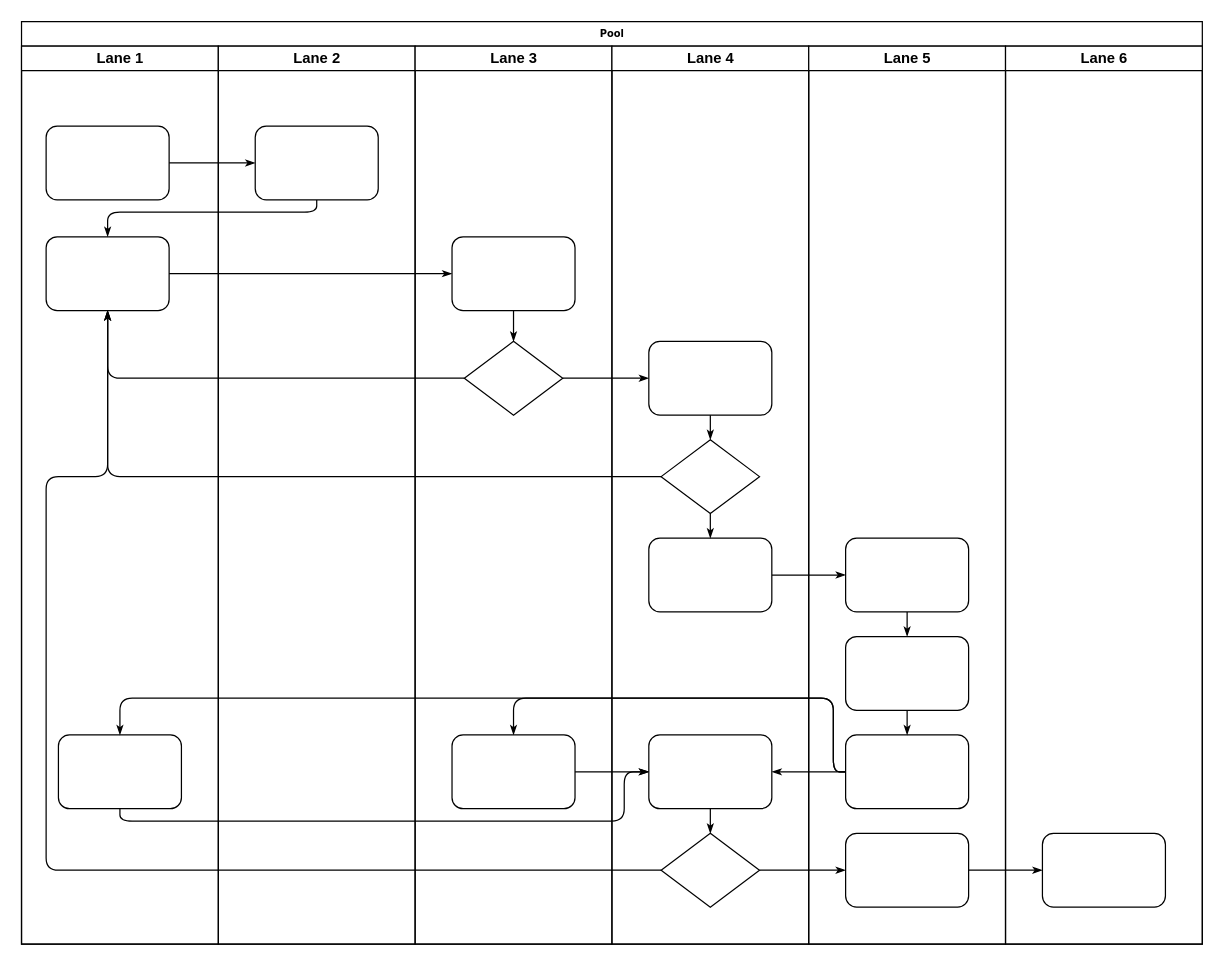
This is data/蜂鸣器流程图.drawio from chenyanxi/hosts, a draw.io file, before an edit. Source tidied: cells renumbered, new cells numbered last; positions are measured from the earlier drawing's top-left corner, leaving out a move shared by most shapes. Both pictures are drawn from the tidied source at 123%, with x=0, y=0 at pixel (21, 21).
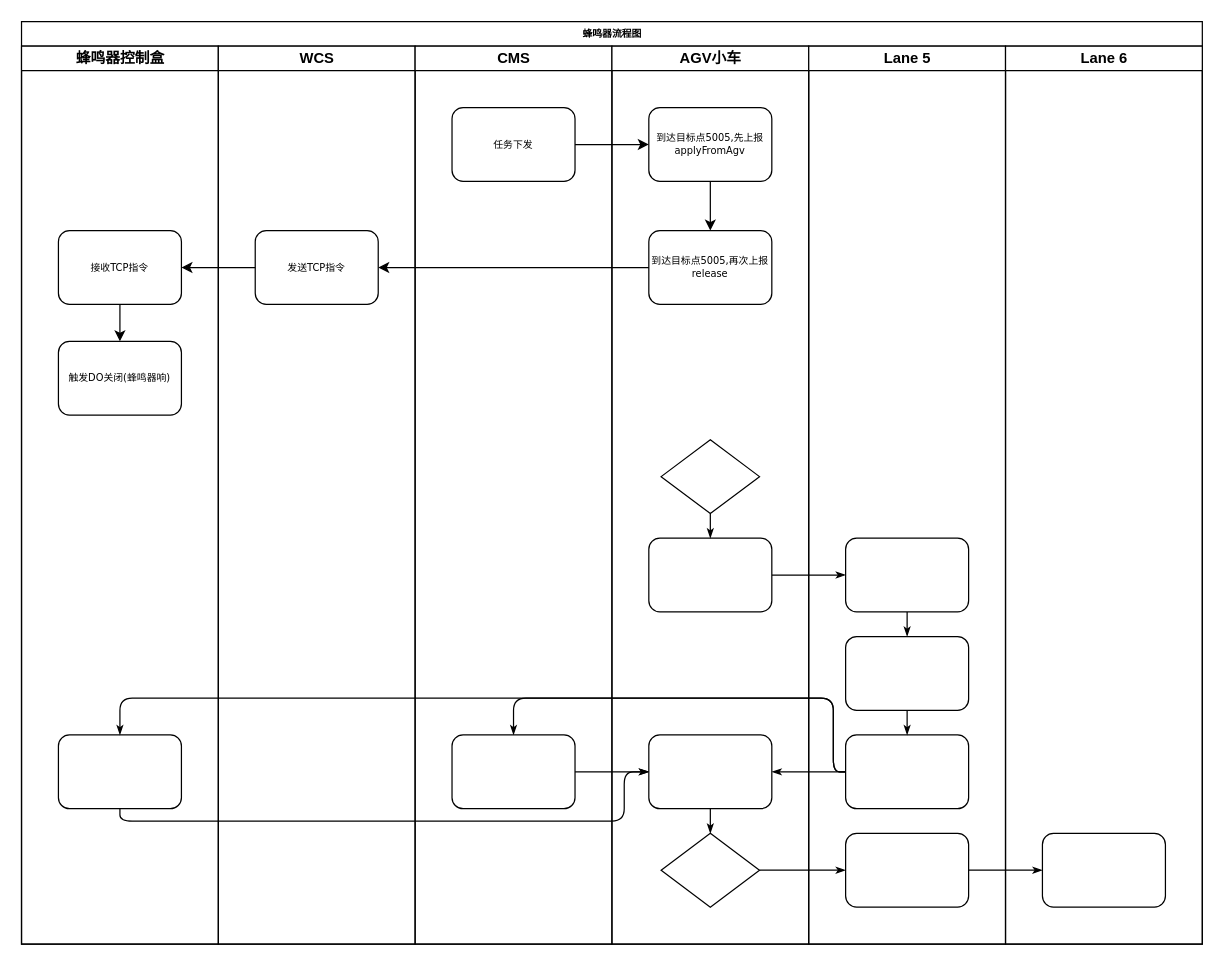
Above is the later version.

Commit message (it also covers changes not shown here):
更新蜂鸣器流程图.drawio

Unchanged cells that the change refers to:
```xml
<mxCell id="31" style="rhombus;whiteSpace=wrap;html=1;rounded=0;shadow=0;labelBackgroundColor=none;strokeWidth=1;fontFamily=Verdana;fontSize=8;align=center;" parent="29" vertex="1">
  <mxGeometry x="40" y="320" width="80" height="60" as="geometry" />
</mxCell>
<mxCell id="34" style="rhombus;whiteSpace=wrap;html=1;rounded=0;shadow=0;labelBackgroundColor=none;strokeWidth=1;fontFamily=Verdana;fontSize=8;align=center;" parent="29" vertex="1">
  <mxGeometry x="40" y="640" width="80" height="60" as="geometry" />
</mxCell>
```

Diff of the diagram source:
```diff
@@
-    <mxCell id="2" value="Pool" style="swimlane;html=1;startSize=20;rounded=0;shadow=0;labelBackgroundColor=none;strokeWidth=1;fontFamily=Verdana;fontSize=8;align=center;" parent="1" vertex="1">
+    <mxCell id="2" value="蜂鸣器流程图" style="swimlane;html=1;startSize=20;rounded=0;shadow=0;labelBackgroundColor=none;strokeWidth=1;fontFamily=Verdana;fontSize=8;align=center;" parent="1" vertex="1">
       <mxGeometry width="960" height="750" as="geometry" />
     </mxCell>
-    <mxCell id="3" value="Lane 1" style="swimlane;html=1;startSize=20;" parent="2" vertex="1">
+    <mxCell id="3" value="蜂鸣器控制盒" style="swimlane;html=1;startSize=20;" parent="2" vertex="1">
       <mxGeometry y="20" width="160" height="730" as="geometry" />
     </mxCell>
-    <mxCell id="4" style="rounded=1;whiteSpace=wrap;html=1;shadow=0;labelBackgroundColor=none;strokeWidth=1;fontFamily=Verdana;fontSize=8;align=center;" parent="3" vertex="1">
-      <mxGeometry x="20" y="65" width="100" height="60" as="geometry" />
-    </mxCell>
-    <mxCell id="5" style="rounded=1;whiteSpace=wrap;html=1;shadow=0;labelBackgroundColor=none;strokeWidth=1;fontFamily=Verdana;fontSize=8;align=center;" parent="3" vertex="1">
-      <mxGeometry x="20" y="155" width="100" height="60" as="geometry" />
-    </mxCell>
@@
+    <mxCell id="47" value="接收TCP指令" style="rounded=1;whiteSpace=wrap;html=1;shadow=0;labelBackgroundColor=none;strokeWidth=1;fontFamily=Verdana;fontSize=8;align=center;" parent="3" vertex="1">
+      <mxGeometry x="30" y="150" width="100" height="60" as="geometry" />
+    </mxCell>
+    <mxCell id="48" value="触发DO关闭(蜂鸣器响)" style="rounded=1;whiteSpace=wrap;html=1;shadow=0;labelBackgroundColor=none;strokeWidth=1;fontFamily=Verdana;fontSize=8;align=center;" parent="3" vertex="1">
+      <mxGeometry x="30" y="240" width="100" height="60" as="geometry" />
+    </mxCell>
+    <mxCell id="49" style="endArrow=classic;html=1;rounded=0;exitX=0.5;exitY=1;exitDx=0;exitDy=0;" parent="3" edge="1" source="47" target="48">
+      <mxGeometry relative="1" as="geometry" />
+    </mxCell>
-    <mxCell id="7" style="edgeStyle=orthogonalEdgeStyle;rounded=1;html=1;labelBackgroundColor=none;startArrow=none;startFill=0;startSize=5;endArrow=classicThin;endFill=1;endSize=5;jettySize=auto;strokeWidth=1;fontFamily=Verdana;fontSize=8;" parent="2" edge="1" source="4" target="23">
-      <mxGeometry relative="1" as="geometry" />
+    <mxCell id="7" style="edgeStyle=orthogonalEdgeStyle;rounded=1;html=1;labelBackgroundColor=none;startArrow=none;startFill=0;startSize=5;endArrow=classicThin;endFill=1;endSize=5;jettySize=auto;orthogonalLoop=1;strokeWidth=1;fontFamily=Verdana;fontSize=8;" parent="2" edge="1">
+      <mxGeometry relative="1" as="geometry">
+        <mxPoint x="190" y="115" as="targetPoint" />
+      </mxGeometry>
     </mxCell>
-    <mxCell id="8" style="edgeStyle=orthogonalEdgeStyle;rounded=1;html=1;labelBackgroundColor=none;startArrow=none;startFill=0;startSize=5;endArrow=classicThin;endFill=1;endSize=5;jettySize=auto;strokeWidth=1;fontFamily=Verdana;fontSize=8;" parent="2" edge="1" source="23" target="5">
+    <mxCell id="8" style="edgeStyle=orthogonalEdgeStyle;rounded=1;html=1;labelBackgroundColor=none;startArrow=none;startFill=0;startSize=5;endArrow=classicThin;endFill=1;endSize=5;jettySize=auto;orthogonalLoop=1;strokeWidth=1;fontFamily=Verdana;fontSize=8;" parent="2" edge="1">
       <mxGeometry relative="1" as="geometry">
+        <mxPoint x="240" y="145" as="sourcePoint" />
         <Array as="points">
           <mxPoint x="240" y="155" />
           <mxPoint x="70" y="155" />
         </Array>
       </mxGeometry>
     </mxCell>
-    <mxCell id="9" style="edgeStyle=orthogonalEdgeStyle;rounded=1;html=1;labelBackgroundColor=none;startArrow=none;startFill=0;startSize=5;endArrow=classicThin;endFill=1;endSize=5;jettySize=auto;strokeWidth=1;fontFamily=Verdana;fontSize=8;" parent="2" edge="1" source="5" target="25">
-      <mxGeometry relative="1" as="geometry" />
-    </mxCell>
-    <mxCell id="10" style="edgeStyle=orthogonalEdgeStyle;rounded=1;html=1;labelBackgroundColor=none;startArrow=none;startFill=0;startSize=5;endArrow=classicThin;endFill=1;endSize=5;jettySize=auto;strokeWidth=1;fontFamily=Verdana;fontSize=8;" parent="2" edge="1" source="26" target="5">
-      <mxGeometry relative="1" as="geometry" />
-    </mxCell>
-    <mxCell id="11" style="edgeStyle=orthogonalEdgeStyle;rounded=1;html=1;labelBackgroundColor=none;startArrow=none;startFill=0;startSize=5;endArrow=classicThin;endFill=1;endSize=5;jettySize=auto;strokeWidth=1;fontFamily=Verdana;fontSize=8;" parent="2" edge="1" source="31" target="5">
-      <mxGeometry relative="1" as="geometry" />
-    </mxCell>
-    <mxCell id="12" style="edgeStyle=orthogonalEdgeStyle;rounded=1;html=1;labelBackgroundColor=none;startArrow=none;startFill=0;startSize=5;endArrow=classicThin;endFill=1;endSize=5;jettySize=auto;strokeWidth=1;fontFamily=Verdana;fontSize=8;" parent="2" edge="1" source="34" target="5">
-      <mxGeometry relative="1" as="geometry">
-        <Array as="points">
-          <mxPoint x="20" y="690" />
-          <mxPoint x="20" y="370" />
-          <mxPoint x="70" y="370" />
-        </Array>
-      </mxGeometry>
-    </mxCell>
-    <mxCell id="13" style="edgeStyle=orthogonalEdgeStyle;rounded=1;html=1;labelBackgroundColor=none;startArrow=none;startFill=0;startSize=5;endArrow=classicThin;endFill=1;endSize=5;jettySize=auto;strokeWidth=1;fontFamily=Verdana;fontSize=8;" parent="2" edge="1" source="26" target="30">
-      <mxGeometry relative="1" as="geometry" />
-    </mxCell>
@@
-    <mxCell id="22" value="Lane 2" style="swimlane;html=1;startSize=20;" parent="2" vertex="1">
+    <mxCell id="22" value="WCS" style="swimlane;html=1;startSize=20;" parent="2" vertex="1">
       <mxGeometry x="160" y="20" width="160" height="730" as="geometry" />
     </mxCell>
-    <mxCell id="23" style="rounded=1;whiteSpace=wrap;html=1;shadow=0;labelBackgroundColor=none;strokeWidth=1;fontFamily=Verdana;fontSize=8;align=center;" parent="22" vertex="1">
-      <mxGeometry x="30" y="65" width="100" height="60" as="geometry" />
-    </mxCell>
+    <mxCell id="50" value="发送TCP指令" style="rounded=1;whiteSpace=wrap;html=1;shadow=0;labelBackgroundColor=none;strokeWidth=1;fontFamily=Verdana;fontSize=8;align=center;" parent="22" vertex="1">
+      <mxGeometry x="30" y="150" width="100" height="60" as="geometry" />
+    </mxCell>
-    <mxCell id="24" value="Lane 3" style="swimlane;html=1;startSize=20;" parent="2" vertex="1">
+    <mxCell id="24" value="CMS" style="swimlane;html=1;startSize=20;" parent="2" vertex="1">
       <mxGeometry x="320" y="20" width="160" height="730" as="geometry" />
     </mxCell>
-    <mxCell id="25" style="rounded=1;whiteSpace=wrap;html=1;shadow=0;labelBackgroundColor=none;strokeWidth=1;fontFamily=Verdana;fontSize=8;align=center;" parent="24" vertex="1">
-      <mxGeometry x="30" y="155" width="100" height="60" as="geometry" />
+    <mxCell id="25" value="任务下发" style="rounded=1;whiteSpace=wrap;html=1;shadow=0;labelBackgroundColor=none;strokeWidth=1;fontFamily=Verdana;fontSize=8;align=center;" parent="24" vertex="1">
+      <mxGeometry x="30" y="50" width="100" height="60" as="geometry" />
     </mxCell>
-    <mxCell id="26" style="rhombus;whiteSpace=wrap;html=1;rounded=0;shadow=0;labelBackgroundColor=none;strokeWidth=1;fontFamily=Verdana;fontSize=8;align=center;" parent="24" vertex="1">
-      <mxGeometry x="40" y="240" width="80" height="60" as="geometry" />
-    </mxCell>
@@
-    <mxCell id="28" style="edgeStyle=orthogonalEdgeStyle;rounded=1;html=1;labelBackgroundColor=none;startArrow=none;startFill=0;startSize=5;endArrow=classicThin;endFill=1;endSize=5;jettySize=auto;strokeWidth=1;fontFamily=Verdana;fontSize=8;" parent="24" edge="1" source="25" target="26">
-      <mxGeometry relative="1" as="geometry" />
-    </mxCell>
-    <mxCell id="29" value="Lane 4" style="swimlane;html=1;startSize=20;" parent="2" vertex="1">
+    <mxCell id="29" value="AGV小车" style="swimlane;html=1;startSize=20;" parent="2" vertex="1">
       <mxGeometry x="480" y="20" width="160" height="730" as="geometry" />
     </mxCell>
-    <mxCell id="30" style="rounded=1;whiteSpace=wrap;html=1;shadow=0;labelBackgroundColor=none;strokeWidth=1;fontFamily=Verdana;fontSize=8;align=center;" parent="29" vertex="1">
-      <mxGeometry x="30" y="240" width="100" height="60" as="geometry" />
+    <mxCell id="30" value="到达目标点5005,先上报applyFromAgv" style="rounded=1;whiteSpace=wrap;html=1;shadow=0;labelBackgroundColor=none;strokeWidth=1;fontFamily=Verdana;fontSize=8;align=center;" parent="29" vertex="1">
+      <mxGeometry x="30" y="50" width="100" height="60" as="geometry" />
     </mxCell>
@@
-    <mxCell id="35" style="edgeStyle=orthogonalEdgeStyle;rounded=1;html=1;labelBackgroundColor=none;startArrow=none;startFill=0;startSize=5;endArrow=classicThin;endFill=1;endSize=5;jettySize=auto;strokeColor=#000000;strokeWidth=1;fontFamily=Verdana;fontSize=8;fontColor=#000000;" parent="29" edge="1" source="30" target="31">
-      <mxGeometry relative="1" as="geometry" />
-    </mxCell>
@@
+    <mxCell id="51" value="到达目标点5005,再次上报release" style="rounded=1;whiteSpace=wrap;html=1;shadow=0;labelBackgroundColor=none;strokeWidth=1;fontFamily=Verdana;fontSize=8;align=center;" parent="29" vertex="1">
+      <mxGeometry x="30" y="150" width="100" height="60" as="geometry" />
+    </mxCell>
+    <mxCell id="52" style="endArrow=classic;html=1;rounded=0;exitX=0.5;exitY=1;exitDx=0;exitDy=0;entryX=0.5;entryY=0;entryDx=0;entryDy=0;" parent="29" edge="1" source="30" target="51">
+      <mxGeometry relative="1" as="geometry" />
+    </mxCell>
@@
+    <mxCell id="53" style="endArrow=classic;html=1;rounded=0;entryX=0;entryY=0.5;entryDx=0;entryDy=0;exitX=1;exitY=0.5;exitDx=0;exitDy=0;" parent="2" edge="1" source="25" target="30">
+      <mxGeometry relative="1" as="geometry" />
+    </mxCell>
+    <mxCell id="54" style="endArrow=classic;html=1;rounded=0;exitX=0;exitY=0.5;exitDx=0;exitDy=0;entryX=1;entryY=0.5;entryDx=0;entryDy=0;" parent="2" edge="1" source="51" target="50">
+      <mxGeometry relative="1" as="geometry" />
+    </mxCell>
+    <mxCell id="55" style="endArrow=classic;html=1;rounded=0;exitX=0;exitY=0.5;exitDx=0;exitDy=0;entryX=1;entryY=0.5;entryDx=0;entryDy=0;" parent="2" edge="1" source="50" target="47">
+      <mxGeometry relative="1" as="geometry" />
+    </mxCell>
```
